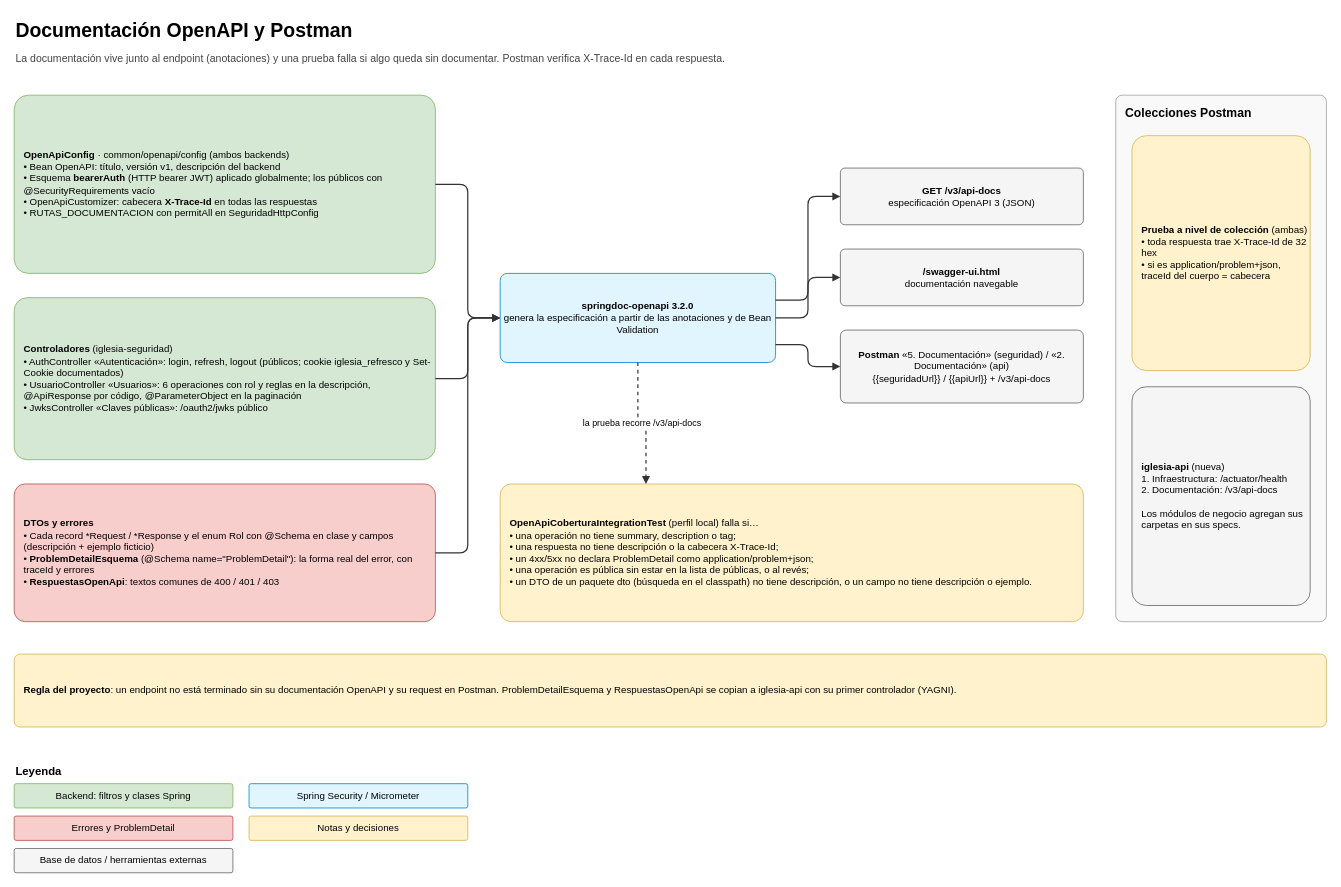
The draw.io diagram page "4. Documentación OpenAPI y Postman" (4 of 4) of diagramas/spec-03-documentacion-openapi-y-trazabilidad.drawio in jeyson1802/sistema-iglesia, before the edit. Source tidied: cells renumbered, new cells numbered last; positions are measured from the earlier drawing's top-left corner, leaving out a move shared by most shapes. Both pictures are drawn from the tidied source at 81%, with x=0, y=0 at pixel (14, 14).
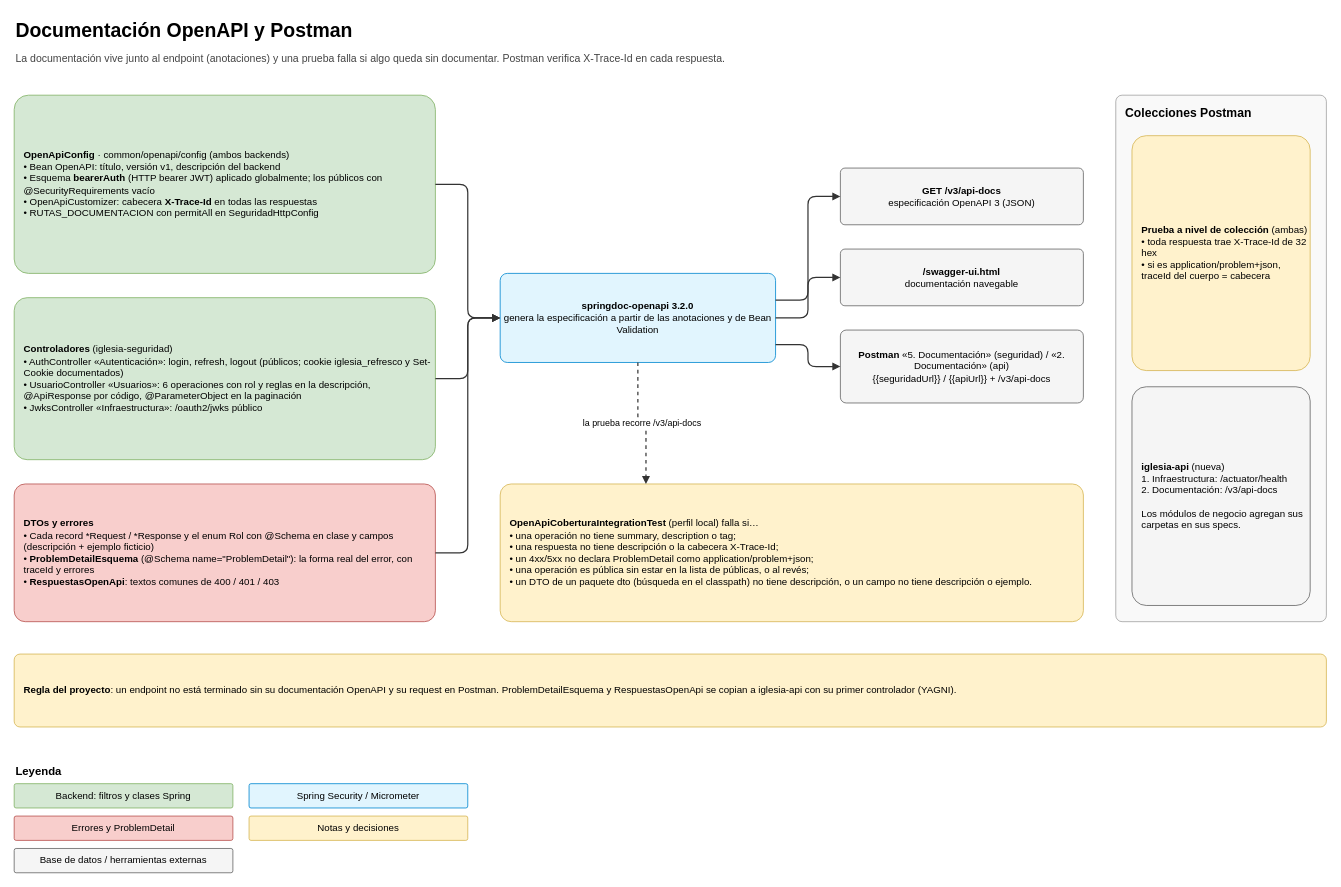
The same diagram, later.

Commit message (it also covers changes not shown here):
Actualiza la etiqueta OpenAPI de JwksController a "Infraestructura" y mejora la descripción. Corrige la documentación sobre el formato de logs JSON y la estructura de la colección de Postman.

Diff of the diagram source:
```diff
@@
-    <mxCell id="5" value="&lt;b&gt;Controladores&lt;/b&gt; (iglesia-seguridad)&lt;br&gt;• AuthController «Autenticación»: login, refresh, logout (públicos; cookie iglesia_refresco y Set-Cookie documentados)&lt;br&gt;• UsuarioController «Usuarios»: 6 operaciones con rol y reglas en la descripción, @ApiResponse por código, @ParameterObject en la paginación&lt;br&gt;• JwksController «Claves públicas»: /oauth2/jwks público" style="rounded=1;whiteSpace=wrap;html=1;fillColor=#d5e8d4;strokeColor=#82b366;arcSize=8;fontSize=12;align=left;spacingLeft=10;" parent="1" vertex="1">
+    <mxCell id="5" value="&lt;b&gt;Controladores&lt;/b&gt; (iglesia-seguridad)&lt;br&gt;• AuthController «Autenticación»: login, refresh, logout (públicos; cookie iglesia_refresco y Set-Cookie documentados)&lt;br&gt;• UsuarioController «Usuarios»: 6 operaciones con rol y reglas en la descripción, @ApiResponse por código, @ParameterObject en la paginación&lt;br&gt;• JwksController «Infraestructura»: /oauth2/jwks público" style="rounded=1;whiteSpace=wrap;html=1;fillColor=#d5e8d4;strokeColor=#82b366;arcSize=8;fontSize=12;align=left;spacingLeft=10;" parent="1" vertex="1">
       <mxGeometry y="350" width="520" height="200" as="geometry" />
     </mxCell>
```
